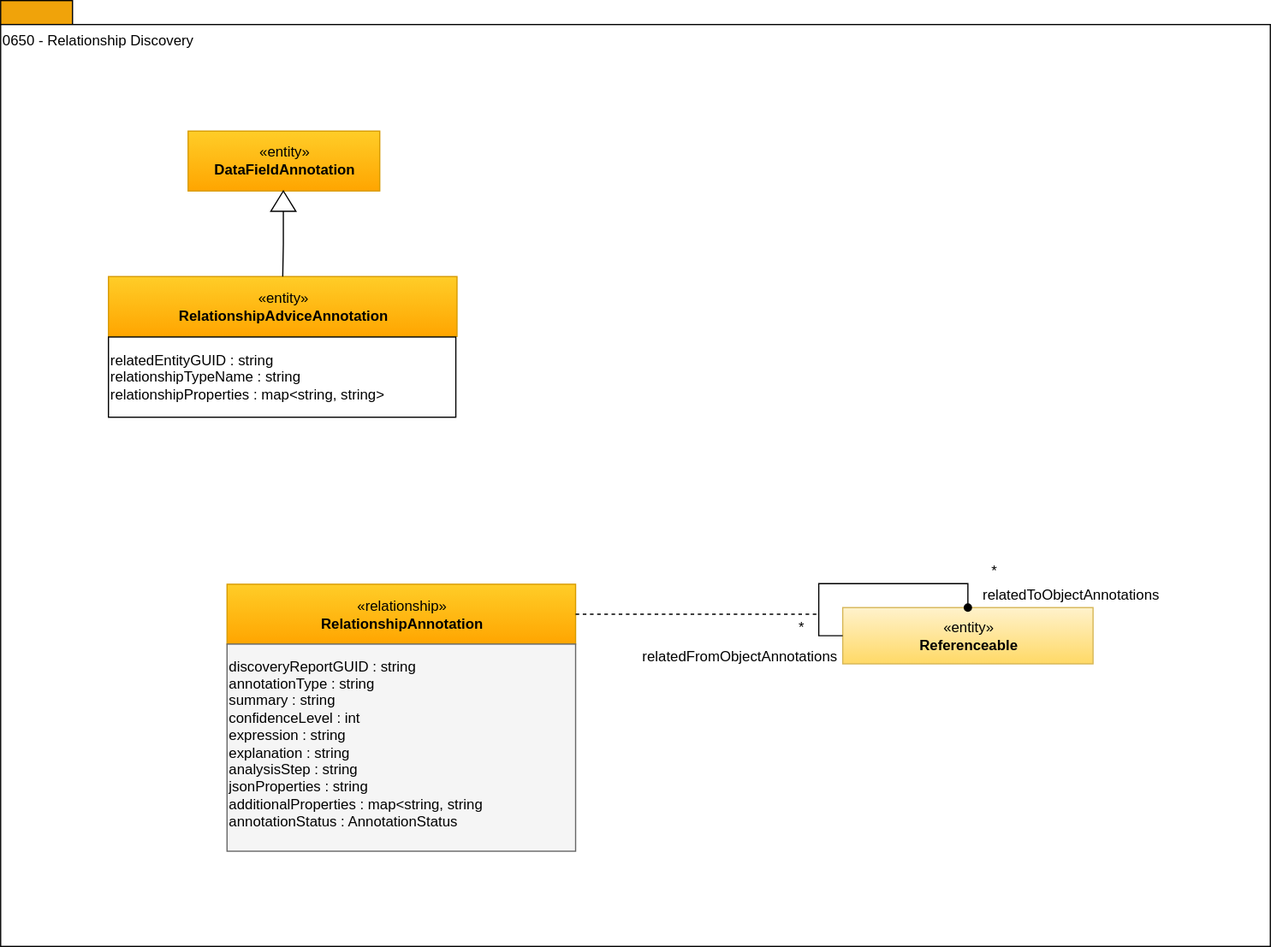
Above: site/docs/types/6/0650-Relationship-Discovery.svg in odpi/egeria-docs (draw.io), before the change. Source tidied: cells renumbered, new cells last; positions are measured from the earlier drawing's top-left corner, leaving out a move shared by most shapes.
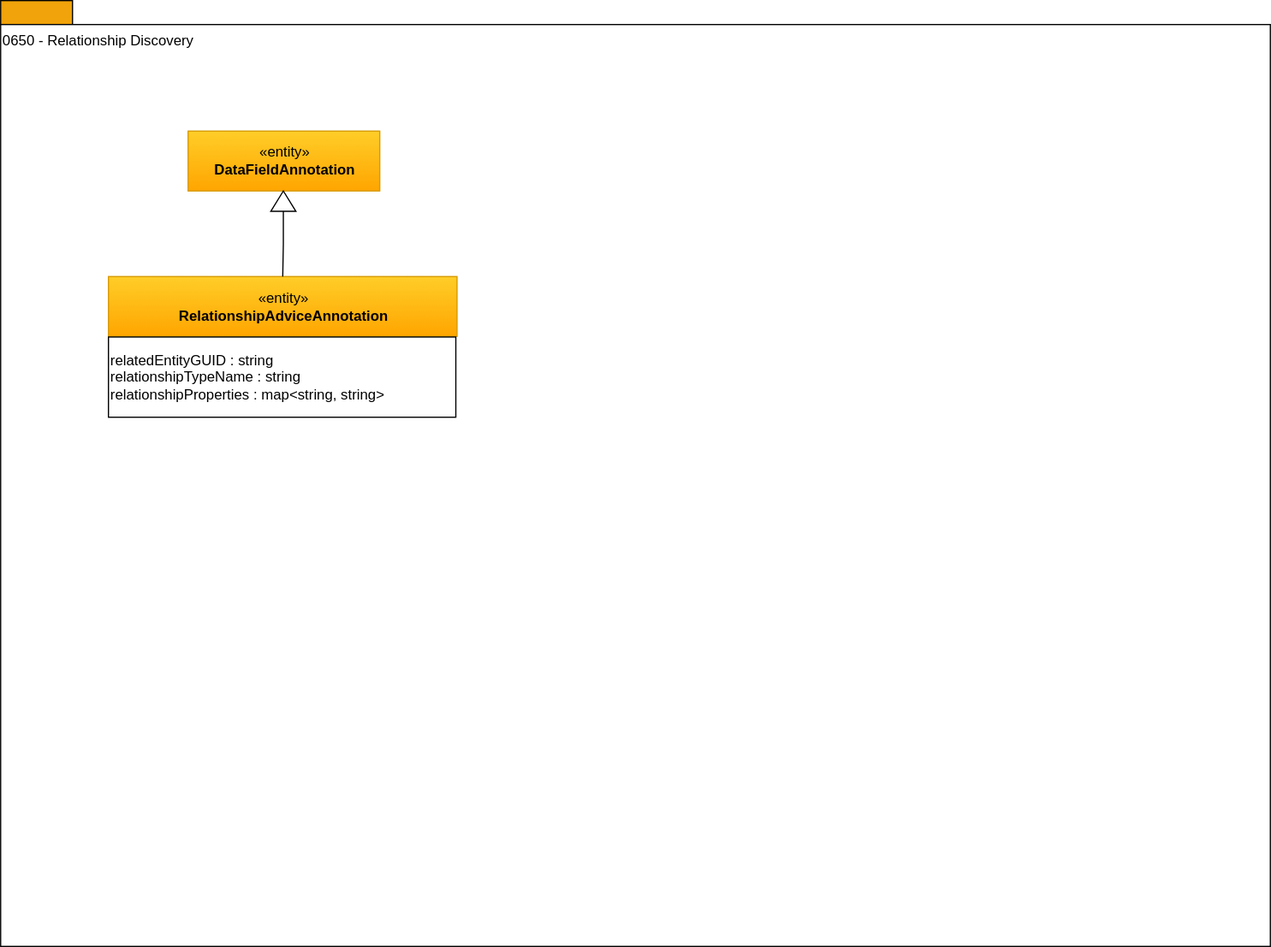
The same diagram one commit later.

Diff of the diagram source:
```diff
@@ -23,41 +23,5 @@
     <mxCell id="8" style="triangle;whiteSpace=wrap;html=1;strokeColor=#000000;gradientColor=#ffffff;align=center;rotation=-90;" parent="1" vertex="1">
       <mxGeometry x="227.5" y="157" width="17" height="21" as="geometry" />
     </mxCell>
-    <mxCell id="9" value="«relationship»&lt;br&gt;&lt;b&gt;RelationshipAnnotation&lt;/b&gt;" style="html=1;strokeColor=#d79b00;align=center;fillColor=#ffcd28;gradientColor=#ffa500;" parent="1" vertex="1">
-      <mxGeometry x="189" y="487.5" width="291" height="50" as="geometry" />
-    </mxCell>
-    <mxCell id="10" value="&lt;pre&gt;&lt;br&gt;&lt;/pre&gt;" style="rounded=0;whiteSpace=wrap;html=1;strokeColor=#666666;align=left;fillColor=#f5f5f5;fontColor=#333333;" parent="1" vertex="1">
-      <mxGeometry x="189" y="537.5" width="291" height="173" as="geometry" />
-    </mxCell>
-    <mxCell id="11" value="«entity»&lt;br&gt;&lt;b&gt;Referenceable&lt;/b&gt;" style="html=1;strokeColor=#d6b656;align=center;fillColor=#fff2cc;gradientColor=#ffd966;" parent="1" vertex="1">
-      <mxGeometry x="703" y="507" width="209" height="47" as="geometry" />
-    </mxCell>
-    <mxCell id="12" style="edgeStyle=orthogonalEdgeStyle;rounded=0;html=1;entryX=0;entryY=0.5;endArrow=none;endFill=0;jettySize=auto;orthogonalLoop=1;startArrow=oval;startFill=1;" parent="1" edge="1" source="11" target="11">
-      <mxGeometry relative="1" as="geometry">
-        <Array as="points">
-          <mxPoint x="808" y="487" />
-          <mxPoint x="683" y="487" />
-          <mxPoint x="683" y="531" />
-        </Array>
-      </mxGeometry>
-    </mxCell>
-    <mxCell id="13" style="endArrow=none;dashed=1;html=1;exitX=1;exitY=0.5;entryX=1.042;entryY=-0.075;entryPerimeter=0;" parent="1" edge="1" source="9" target="17">
-      <mxGeometry relative="1" as="geometry" />
-    </mxCell>
-    <mxCell id="14" value="relatedFromObjectAnnotations" style="text;html=1;strokeColor=none;fillColor=none;align=center;verticalAlign=middle;whiteSpace=wrap;rounded=0;" parent="1" vertex="1">
-      <mxGeometry x="544" y="537.5" width="147" height="20" as="geometry" />
-    </mxCell>
-    <mxCell id="15" value="relatedToObjectAnnotations" style="text;html=1;strokeColor=none;fillColor=none;align=center;verticalAlign=middle;whiteSpace=wrap;rounded=0;" parent="1" vertex="1">
-      <mxGeometry x="808" y="487" width="172" height="20" as="geometry" />
-    </mxCell>
-    <mxCell id="16" value="*" style="text;html=1;strokeColor=none;fillColor=none;align=center;verticalAlign=middle;whiteSpace=wrap;rounded=0;" parent="1" vertex="1">
-      <mxGeometry x="818" y="467" width="24" height="20" as="geometry" />
-    </mxCell>
-    <mxCell id="17" value="*" style="text;html=1;strokeColor=none;fillColor=none;align=center;verticalAlign=middle;whiteSpace=wrap;rounded=0;" parent="1" vertex="1">
-      <mxGeometry x="657" y="514" width="24" height="20" as="geometry" />
-    </mxCell>
-    <mxCell id="18" value="discoveryReportGUID : string&lt;br&gt;&lt;span style=&quot;&quot;&gt;annotationType : string&lt;br&gt;&lt;/span&gt;&lt;span&gt;summary : string&lt;br&gt;&lt;/span&gt;&lt;span&gt;confidenceLevel : int&lt;br&gt;&lt;/span&gt;&lt;span&gt;expression : string&lt;br&gt;&lt;/span&gt;&lt;span&gt;explanation : string&lt;br&gt;&lt;/span&gt;&lt;span&gt;analysisStep : string&lt;br&gt;&lt;/span&gt;&lt;span&gt;jsonProperties : string&lt;br&gt;&lt;/span&gt;&lt;span&gt;additionalProperties : map&amp;lt;string, string&lt;br&gt;&lt;/span&gt;&lt;span&gt;annotationStatus : AnnotationStatus&lt;/span&gt;&lt;span&gt;&lt;br&gt;&lt;/span&gt;" style="text;html=1;align=left;verticalAlign=middle;strokeColor=none;fillColor=none;fontSize=12;" parent="1" vertex="1">
-      <mxGeometry x="189" y="549" width="222" height="144" as="geometry" />
-    </mxCell>
   </root>
 </mxGraphModel>
```
